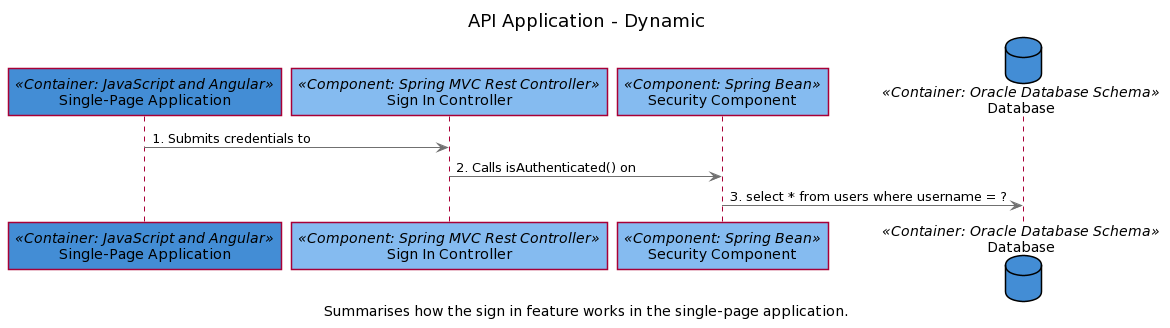
Earlier version of the PlantUML export img/structurizr-36141-SignIn-plantuml.png (structurizr/diagrams-as-text).
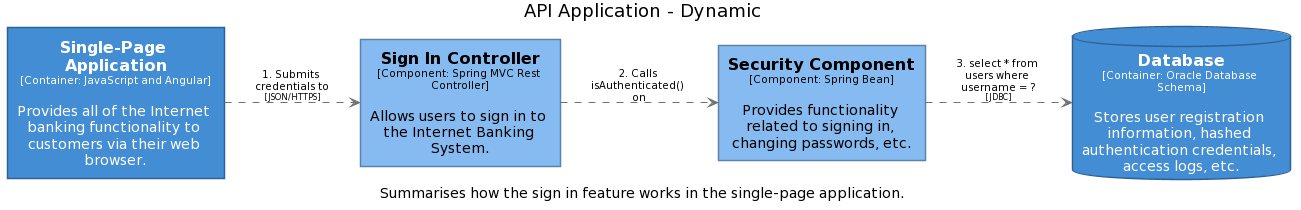
Later version of the same file.

Diff of the diagram source:
```diff
@@ -1,22 +1,43 @@
 @startuml
-scale max 2000x1409
 title API Application - Dynamic
 caption Summarises how the sign in feature works in the single-page application.
 
 skinparam {
   shadowing false
-  arrowColor #707070
-  actorBorderColor #707070
-  componentBorderColor #707070
-  rectangleBorderColor #707070
-  noteBackgroundColor #ffffff
-  noteBorderColor #707070
+  arrowFontSize 10
+  defaultTextAlignment center
+  wrapWidth 200
+  maxMessageSize 100
 }
-participant "Single-Page Application" as 17 <<Container: JavaScript and Angular>> #438dd5
-participant "Sign In Controller" as 29 <<Component: Spring MVC Rest Controller>> #85bbf0
-participant "Security Component" as 32 <<Component: Spring Bean>> #85bbf0
-database "Database" as 21 <<Container: Oracle Database Schema>> #438dd5
-17 -[#707070]> 29 : 1. Submits credentials to
-29 -[#707070]> 32 : 2. Calls isAuthenticated() on
-32 -[#707070]> 21 : 3. select * from users where username = ?
+hide stereotype
+top to bottom direction
+skinparam rectangle<<12>> {
+  BackgroundColor #85bbf0
+  FontColor #000000
+  BorderColor #5D82A8
+}
+skinparam rectangle<<15>> {
+  BackgroundColor #85bbf0
+  FontColor #000000
+  BorderColor #5D82A8
+}
+skinparam database<<18>> {
+  BackgroundColor #438dd5
+  FontColor #ffffff
+  BorderColor #2E6295
+}
+skinparam rectangle<<8>> {
+  BackgroundColor #438dd5
+  FontColor #ffffff
+  BorderColor #2E6295
+}
+left to right direction
+
+rectangle "==Single-Page Application\n<size:10>[Container: JavaScript and Angular]</size>\n\nProvides all of the Internet banking functionality to customers via their web browser." <<8>> as 8
+rectangle "==Sign In Controller\n<size:10>[Component: Spring MVC Rest Controller]</size>\n\nAllows users to sign in to the Internet Banking System." <<12>> as 12
+rectangle "==Security Component\n<size:10>[Component: Spring Bean]</size>\n\nProvides functionality related to signing in, changing passwords, etc." <<15>> as 15
+database "==Database\n<size:10>[Container: Oracle Database Schema]</size>\n\nStores user registration information, hashed authentication credentials, access logs, etc." <<18>> as 18
+8 .[#707070].> 12 : "1. Submits credentials to\n<size:8>[JSON/HTTPS]</size>"
+12 .[#707070].> 15 : "2. Calls isAuthenticated() on"
+15 .[#707070].> 18 : "3. select * from users where username = ?\n<size:8>[JDBC]</size>"
 @enduml
```
